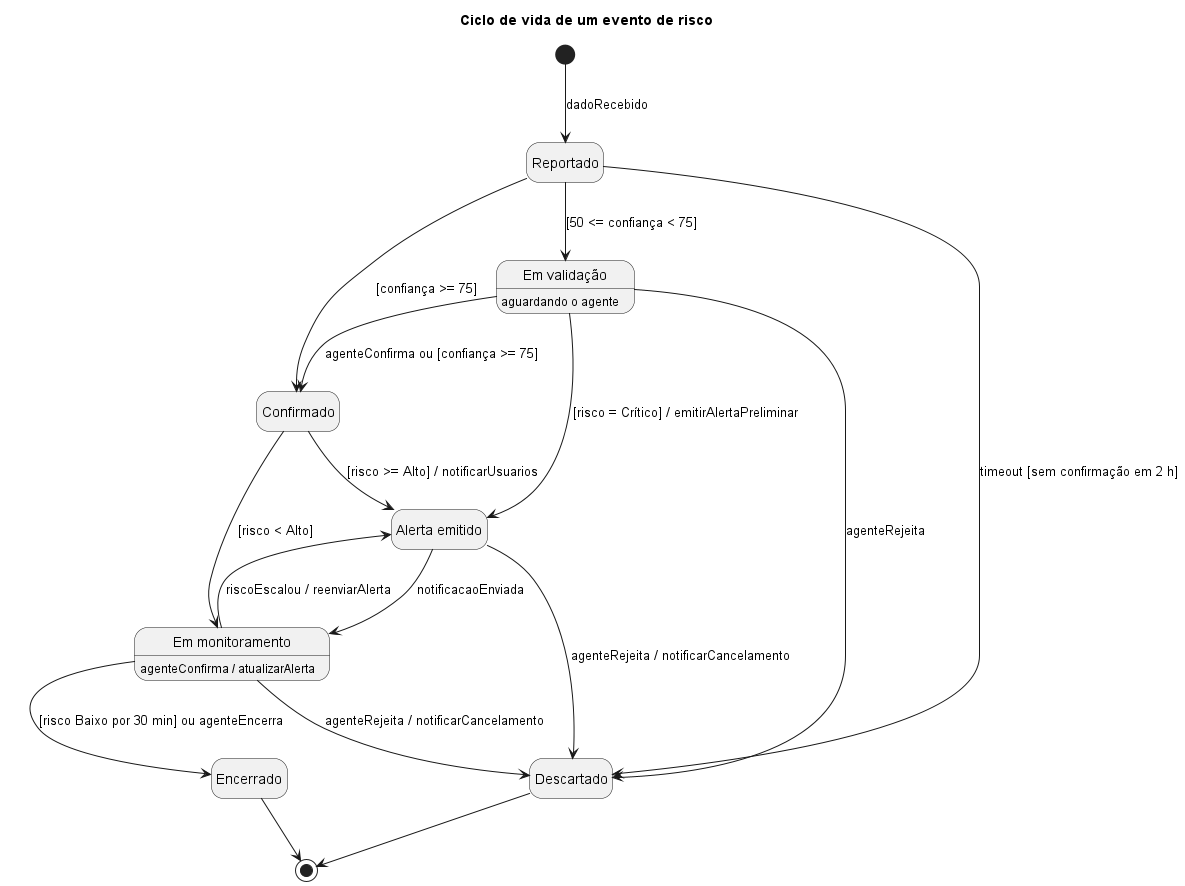
This is docs/diagramas/estados.png from IsaacEmerick/urban-risk-platform, a PlantUML export, as it was before one commit.
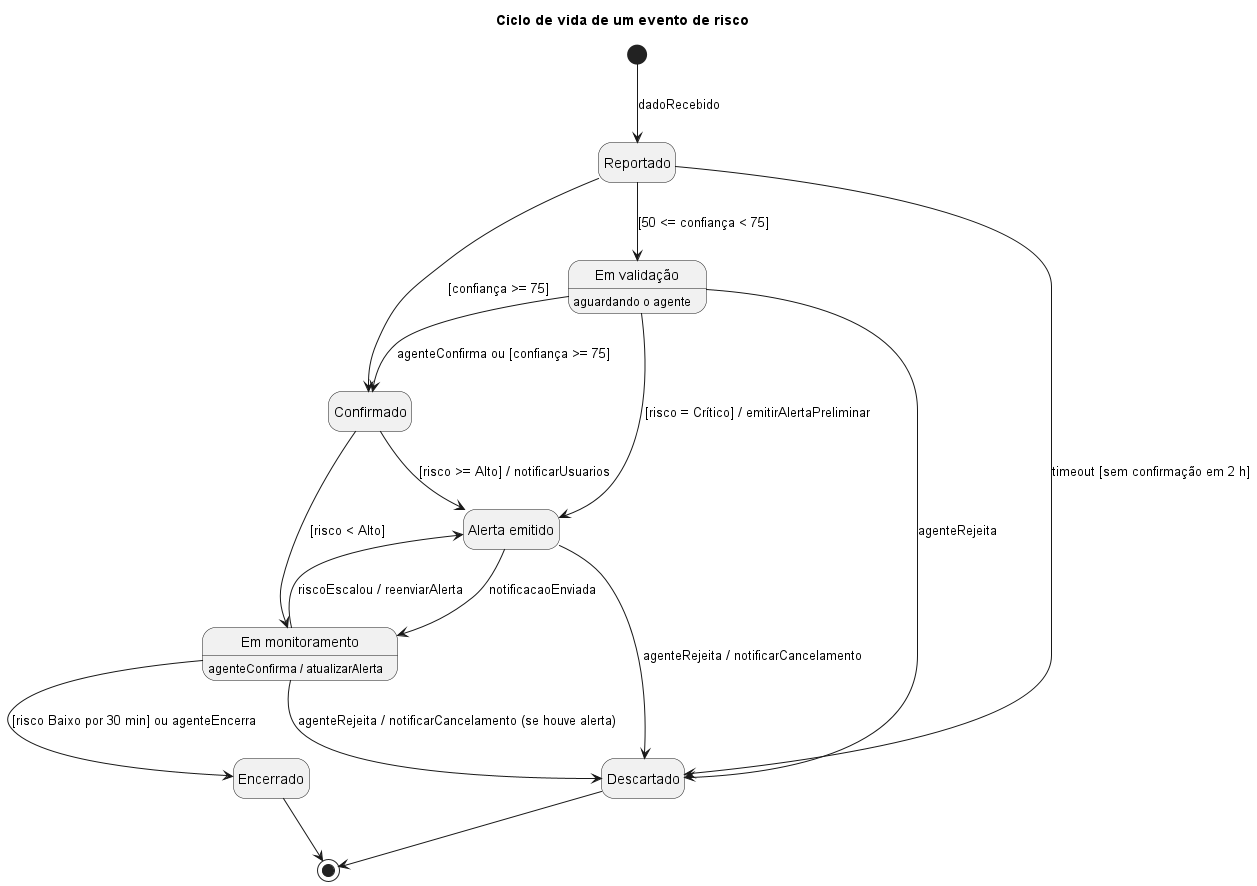
Above is the later version.

Commit message:
Arquitetura sem rótulos internos e caminho do alerta documentado

The edit, as a diff of the source:
```diff
@@ -24,7 +24,7 @@
 AlertaEmitido --> EmMonitoramento : notificacaoEnviada
 AlertaEmitido --> Descartado : agenteRejeita / notificarCancelamento
 EmMonitoramento --> AlertaEmitido : riscoEscalou / reenviarAlerta
-EmMonitoramento --> Descartado : agenteRejeita / notificarCancelamento
+EmMonitoramento --> Descartado : agenteRejeita / notificarCancelamento (se houve alerta)
 EmMonitoramento --> Encerrado : [risco Baixo por 30 min] ou agenteEncerra
 Encerrado --> [*]
 Descartado --> [*]
```
